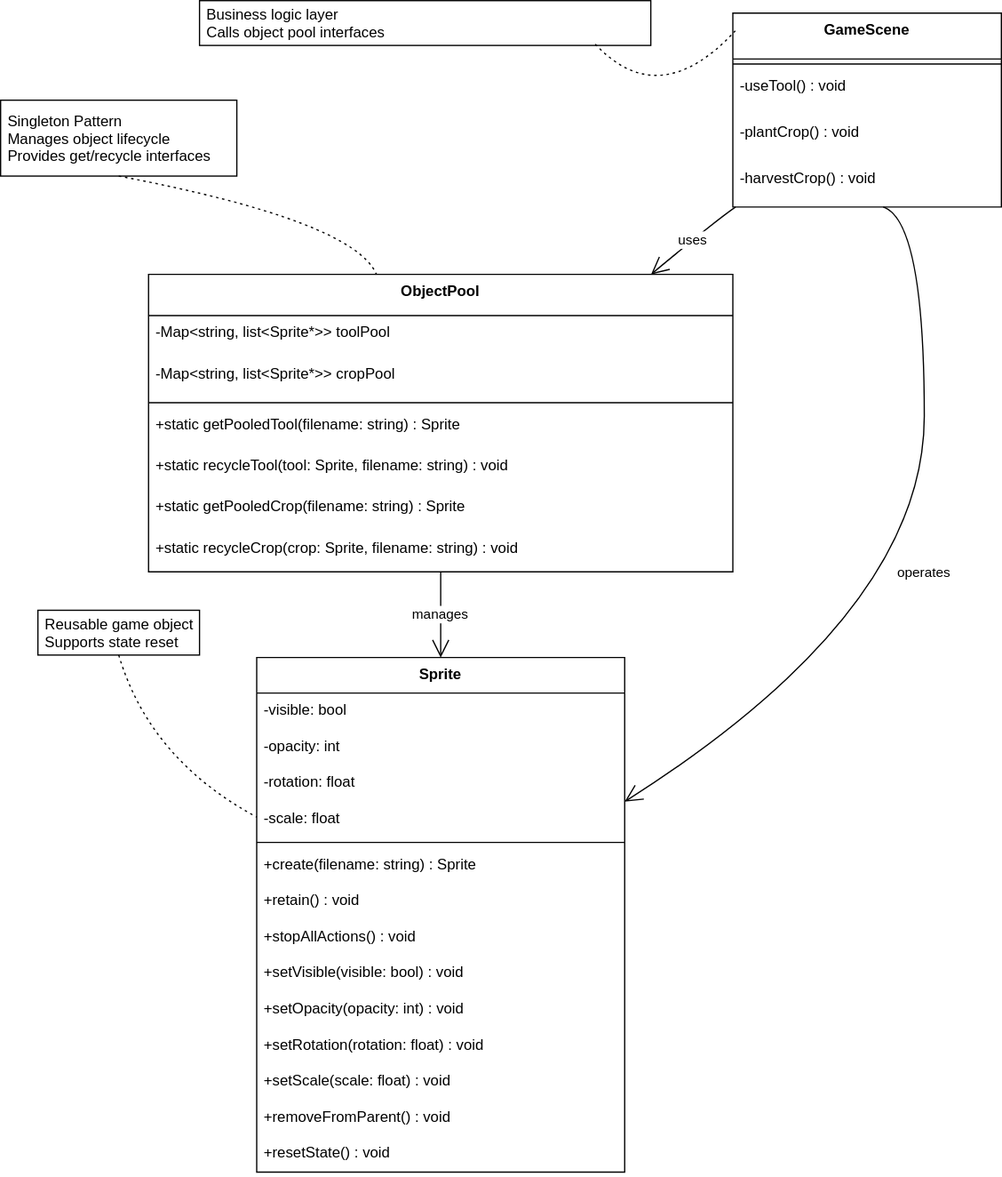
The draw.io diagram 文档/diagram/Action.svg in Alian-yy/Stardew_Valley_Refactored, before a commit. Source tidied: cells renumbered, new cells last; positions are measured from the earlier drawing's top-left corner, leaving out a move shared by most shapes.
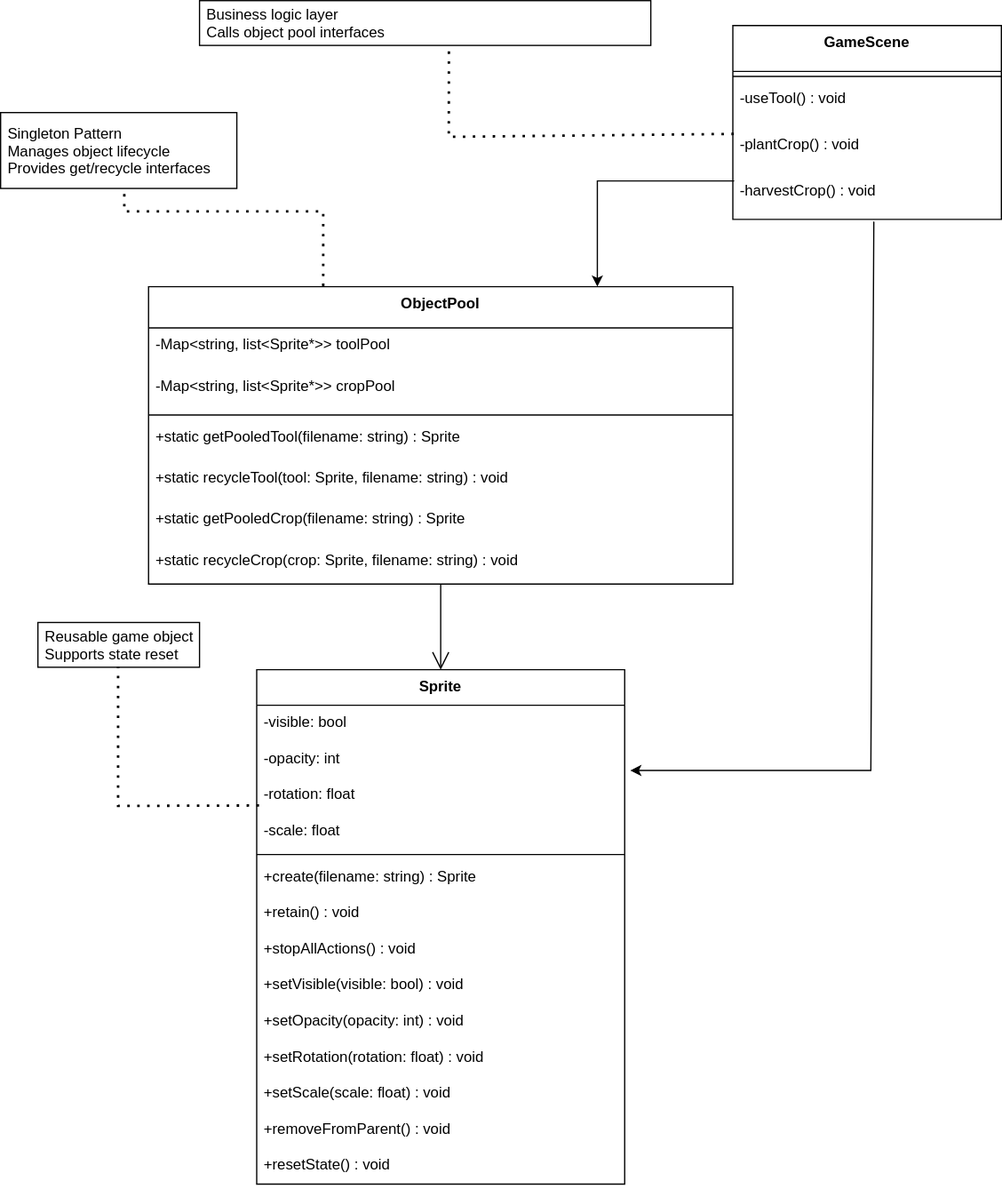
Above is the later version.

Change to the diagram source:
```diff
@@ -93,46 +93,49 @@
       <mxGeometry x="30" y="490" width="130" height="36" as="geometry" />
     </mxCell>
     <mxCell id="32" value="Business logic layer&#10;Calls object pool interfaces" style="align=left;spacingLeft=4;" parent="1" vertex="1">
-      <mxGeometry x="160" width="363" height="36" as="geometry" />
+      <mxGeometry x="160" y="-10" width="363" height="36" as="geometry" />
     </mxCell>
-    <mxCell id="33" style="curved=1;dashed=1;dashPattern=2 3;startArrow=none;endArrow=none;exitX=0.5;exitY=1;entryX=0.39;entryY=0;rounded=0;" parent="1" edge="1" source="30" target="2">
-      <mxGeometry relative="1" as="geometry">
-        <Array as="points">
-          <mxPoint x="284" y="177" />
-        </Array>
-      </mxGeometry>
-    </mxCell>
-    <mxCell id="34" style="curved=1;dashed=1;dashPattern=2 3;startArrow=none;endArrow=none;exitX=0.5;exitY=1;entryX=0;entryY=0.31;rounded=0;" parent="1" edge="1" source="31" target="10">
-      <mxGeometry relative="1" as="geometry">
-        <Array as="points">
-          <mxPoint x="120" y="610" />
-        </Array>
-      </mxGeometry>
-    </mxCell>
-    <mxCell id="35" value="manages" style="curved=1;startArrow=none;endArrow=open;endSize=12;exitX=0.5;exitY=1;entryX=0.5;entryY=0;rounded=0;" parent="1" edge="1" source="2" target="10">
+    <mxCell id="35" style="curved=1;startArrow=none;endArrow=open;endSize=12;exitX=0.5;exitY=1;entryX=0.5;entryY=0;rounded=0;" parent="1" edge="1" source="2" target="10">
       <mxGeometry relative="1" as="geometry" />
     </mxCell>
-    <mxCell id="36" value="uses" style="curved=1;startArrow=none;endArrow=open;endSize=12;exitX=0.01;exitY=1;entryX=0.86;entryY=0;rounded=0;" parent="1" edge="1" source="25" target="2">
-      <mxGeometry relative="1" as="geometry">
-        <Array as="points">
-          <mxPoint x="575" y="177" />
-        </Array>
-      </mxGeometry>
-    </mxCell>
-    <mxCell id="37" value="operates" style="curved=1;startArrow=none;endArrow=open;endSize=12;exitX=0.56;exitY=1;entryX=1;entryY=0.28;rounded=0;" parent="1" edge="1" source="25" target="10">
-      <mxGeometry relative="1" as="geometry">
-        <Array as="points">
-          <mxPoint x="743" y="177" />
-          <mxPoint x="743" y="491" />
-        </Array>
-      </mxGeometry>
-    </mxCell>
-    <mxCell id="38" style="curved=1;dashed=1;dashPattern=2 3;startArrow=none;endArrow=none;exitX=0.877;exitY=0.972;entryX=0.009;entryY=0.092;rounded=0;entryDx=0;entryDy=0;entryPerimeter=0;exitDx=0;exitDy=0;exitPerimeter=0;" parent="1" edge="1" source="32" target="25">
-      <mxGeometry relative="1" as="geometry">
-        <Array as="points">
-          <mxPoint x="530" y="90" />
-        </Array>
-      </mxGeometry>
-    </mxCell>
+    <mxCell id="39" style="endArrow=none;dashed=1;html=1;dashPattern=1 3;strokeWidth=2;rounded=0;entryX=0.5;entryY=1;entryDx=0;entryDy=0;exitX=0.008;exitY=0.796;exitDx=0;exitDy=0;exitPerimeter=0;" parent="1" edge="1" source="13" target="31">
+      <mxGeometry relative="1" as="geometry">
+        <Array as="points">
+          <mxPoint x="95" y="638" />
+        </Array>
+      </mxGeometry>
+    </mxCell>
+    <mxCell id="40" style="endArrow=classic;html=1;rounded=0;entryX=0.75;entryY=0;entryDx=0;entryDy=0;exitX=0.005;exitY=0.165;exitDx=0;exitDy=0;exitPerimeter=0;" parent="1" edge="1" source="29">
+      <mxGeometry relative="1" as="geometry">
+        <mxPoint x="480" y="220" as="targetPoint" />
+        <Array as="points">
+          <mxPoint x="480" y="135" />
+        </Array>
+      </mxGeometry>
+    </mxCell>
+    <mxCell id="41" style="endArrow=classic;html=1;rounded=0;entryX=1.015;entryY=0.808;entryDx=0;entryDy=0;entryPerimeter=0;exitX=0.525;exitY=1.048;exitDx=0;exitDy=0;exitPerimeter=0;" parent="1" edge="1" source="29" target="12">
+      <mxGeometry relative="1" as="geometry">
+        <Array as="points">
+          <mxPoint x="700" y="609" />
+        </Array>
+      </mxGeometry>
+    </mxCell>
+    <mxCell id="42" style="endArrow=none;dashed=1;html=1;dashPattern=1 3;strokeWidth=2;rounded=0;" parent="1" edge="1">
+      <mxGeometry relative="1" as="geometry">
+        <mxPoint x="260" y="220" as="sourcePoint" />
+        <mxPoint x="100" y="140" as="targetPoint" />
+        <Array as="points">
+          <mxPoint x="260" y="160" />
+          <mxPoint x="100" y="160" />
+        </Array>
+      </mxGeometry>
+    </mxCell>
+    <mxCell id="43" style="endArrow=none;dashed=1;html=1;dashPattern=1 3;strokeWidth=2;rounded=0;exitX=0.006;exitY=0.156;exitDx=0;exitDy=0;entryX=0.554;entryY=1.009;entryDx=0;entryDy=0;entryPerimeter=0;exitPerimeter=0;" parent="1" edge="1" source="28" target="32">
+      <mxGeometry relative="1" as="geometry">
+        <Array as="points">
+          <mxPoint x="361" y="100" />
+        </Array>
+      </mxGeometry>
+    </mxCell>
   </root>
 </mxGraphModel>
```
